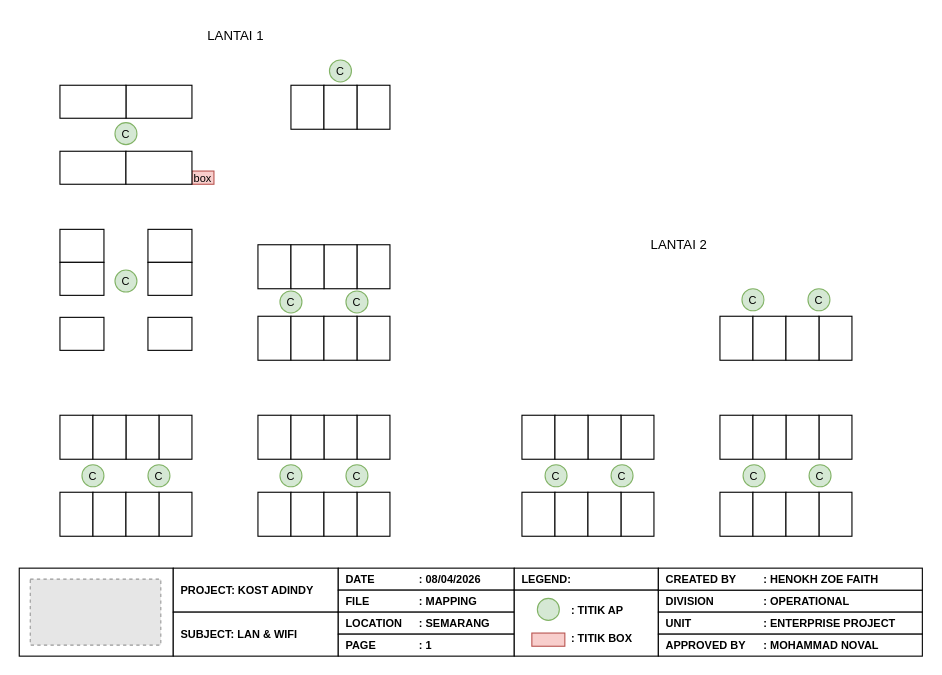
This is page "Denah" (1 of 2) of Topologi dan Mapping Kost Adindy.drawio from hnkzf/topologi-site, a draw.io file, before an edit. Source tidied: cells renumbered, new cells numbered last; positions are measured from the earlier drawing's top-left corner, leaving out a move shared by most shapes. Both pictures are drawn from the tidied source at 110%, with x=0, y=0 at pixel (19, 19). Pictures stored in the file or linked from it are replaced by grey dashed boxes.
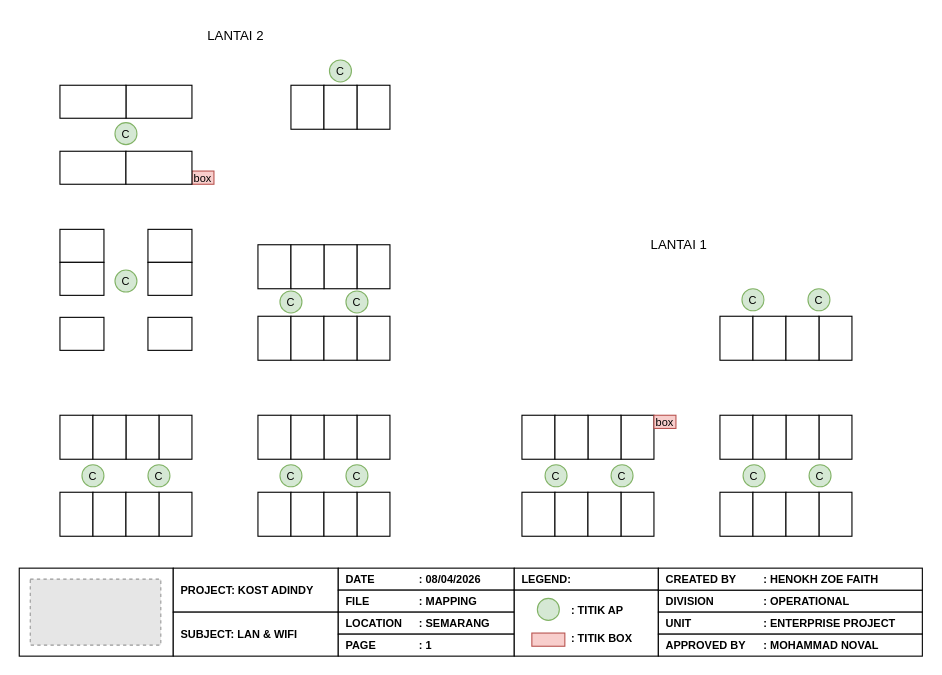
Above is the later version.

The edit, as a diff of the source:
```diff
@@
-    <mxCell id="59" value="LANTAI 1" style="text;html=1;whiteSpace=wrap;strokeColor=none;fillColor=none;align=center;verticalAlign=middle;rounded=0;" parent="1" vertex="1">
+    <mxCell id="59" value="LANTAI 2" style="text;html=1;whiteSpace=wrap;strokeColor=none;fillColor=none;align=center;verticalAlign=middle;rounded=0;" parent="1" vertex="1">
       <mxGeometry x="167" width="60" height="30" as="geometry" />
     </mxCell>
@@
-    <mxCell id="80" value="LANTAI 2" style="text;html=1;whiteSpace=wrap;strokeColor=none;fillColor=none;align=center;verticalAlign=middle;rounded=0;" parent="1" vertex="1">
+    <mxCell id="80" value="LANTAI 1" style="text;html=1;whiteSpace=wrap;strokeColor=none;fillColor=none;align=center;verticalAlign=middle;rounded=0;" parent="1" vertex="1">
       <mxGeometry x="570" y="190" width="60" height="30" as="geometry" />
     </mxCell>
@@
+    <mxCell id="95" value="box" style="rounded=0;whiteSpace=wrap;html=1;fillColor=#f8cecc;strokeColor=#b85450;fontSize=10;" parent="1" vertex="1">
+      <mxGeometry x="577" y="360" width="20" height="12" as="geometry" />
+    </mxCell>
```
